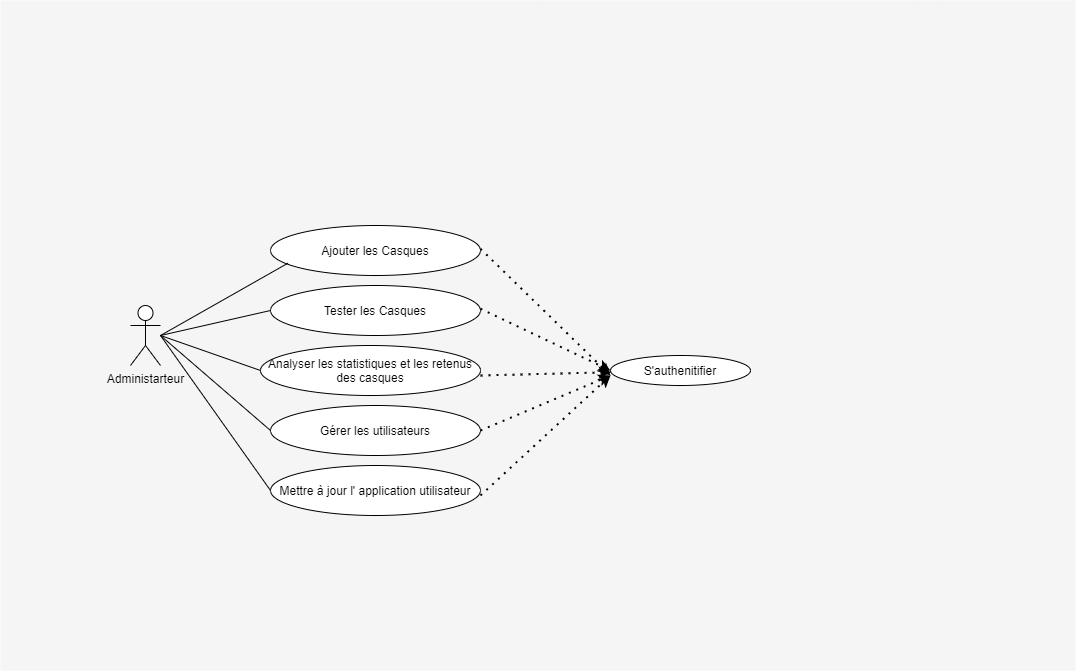
The draw.io diagram diagramme admin.png in AMR04/pfe_viz, before a commit. Source tidied: cells renumbered, new cells last; positions are measured from the earlier drawing's top-left corner, leaving out a move shared by most shapes.
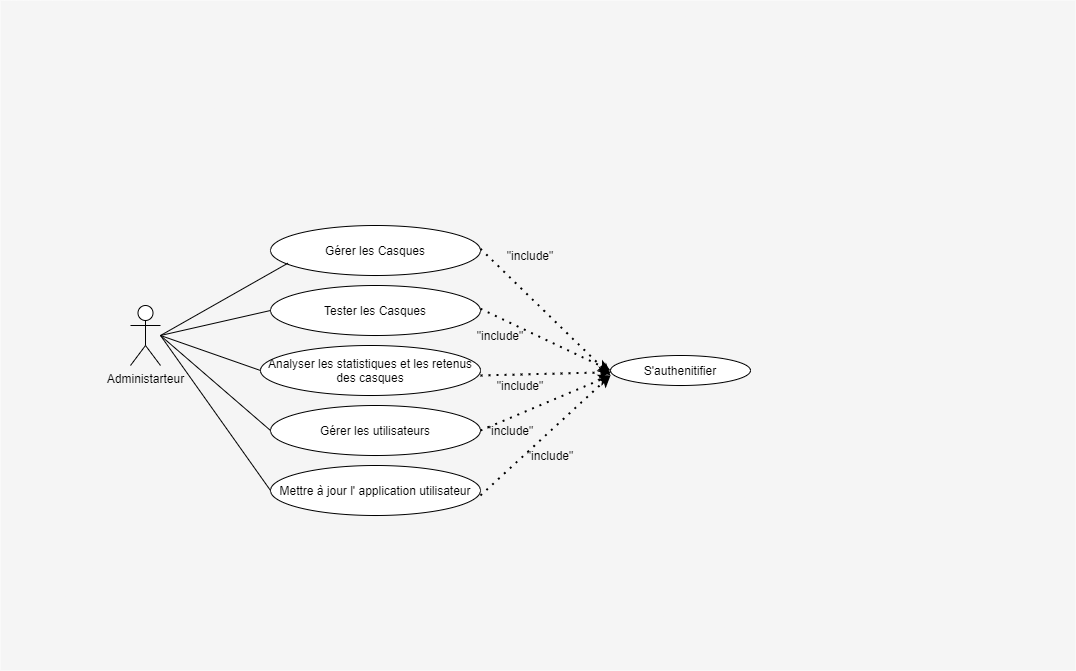
After the change.

Diff of the diagram source:
```diff
@@ -8,7 +8,7 @@
     <mxCell id="3" value="Administarteur" style="shape=umlActor;verticalLabelPosition=bottom;verticalAlign=top;html=1;" parent="1" vertex="1">
       <mxGeometry x="130" y="305" width="30" height="60" as="geometry" />
     </mxCell>
-    <mxCell id="4" value="Ajouter les Casques" style="ellipse;whiteSpace=wrap;html=1;" parent="1" vertex="1">
+    <mxCell id="4" value="Gérer les Casques" style="ellipse;whiteSpace=wrap;html=1;" parent="1" vertex="1">
       <mxGeometry x="270" y="225" width="210" height="50" as="geometry" />
     </mxCell>
     <mxCell id="5" value="Tester les Casques" style="ellipse;whiteSpace=wrap;html=1;" parent="1" vertex="1">
@@ -79,5 +79,20 @@
         <mxPoint x="270" y="490" as="targetPoint" />
       </mxGeometry>
     </mxCell>
+    <mxCell id="20" value="&quot;include&quot;&lt;span style=&quot;color: rgba(0 , 0 , 0 , 0) ; font-family: monospace ; font-size: 0px&quot;&gt;%3CmxGraphModel%3E%3Croot%3E%3CmxCell%20id%3D%220%22%2F%3E%3CmxCell%20id%3D%221%22%20parent%3D%220%22%2F%3E%3CmxCell%20id%3D%222%22%20value%3D%22Ajouter%20les%20Casques%22%20style%3D%22ellipse%3BwhiteSpace%3Dwrap%3Bhtml%3D1%3B%22%20vertex%3D%221%22%20parent%3D%221%22%3E%3CmxGeometry%20x%3D%22440%22%20y%3D%22520%22%20width%3D%22210%22%20height%3D%2250%22%20as%3D%22geometry%22%2F%3E%3C%2FmxCell%3E%3C%2Froot%3E%3C%2FmxGraphModel%3E&lt;/span&gt;" style="text;html=1;strokeColor=none;fillColor=none;align=center;verticalAlign=middle;whiteSpace=wrap;rounded=0;" parent="1" vertex="1">
+      <mxGeometry x="510" y="245" width="40" height="20" as="geometry" />
+    </mxCell>
+    <mxCell id="21" value="&quot;include&quot;&lt;span style=&quot;color: rgba(0 , 0 , 0 , 0) ; font-family: monospace ; font-size: 0px&quot;&gt;%3CmxGraphModel%3E%3Croot%3E%3CmxCell%20id%3D%220%22%2F%3E%3CmxCell%20id%3D%221%22%20parent%3D%220%22%2F%3E%3CmxCell%20id%3D%222%22%20value%3D%22Ajouter%20les%20Casques%22%20style%3D%22ellipse%3BwhiteSpace%3Dwrap%3Bhtml%3D1%3B%22%20vertex%3D%221%22%20parent%3D%221%22%3E%3CmxGeometry%20x%3D%22440%22%20y%3D%22520%22%20width%3D%22210%22%20height%3D%2250%22%20as%3D%22geometry%22%2F%3E%3C%2FmxCell%3E%3C%2Froot%3E%3C%2FmxGraphModel%3E&lt;/span&gt;" style="text;html=1;strokeColor=none;fillColor=none;align=center;verticalAlign=middle;whiteSpace=wrap;rounded=0;" parent="1" vertex="1">
+      <mxGeometry x="480" y="325" width="40" height="20" as="geometry" />
+    </mxCell>
+    <mxCell id="22" value="&quot;include&quot;&lt;span style=&quot;color: rgba(0 , 0 , 0 , 0) ; font-family: monospace ; font-size: 0px&quot;&gt;%3CmxGraphModel%3E%3Croot%3E%3CmxCell%20id%3D%220%22%2F%3E%3CmxCell%20id%3D%221%22%20parent%3D%220%22%2F%3E%3CmxCell%20id%3D%222%22%20value%3D%22Ajouter%20les%20Casques%22%20style%3D%22ellipse%3BwhiteSpace%3Dwrap%3Bhtml%3D1%3B%22%20vertex%3D%221%22%20parent%3D%221%22%3E%3CmxGeometry%20x%3D%22440%22%20y%3D%22520%22%20width%3D%22210%22%20height%3D%2250%22%20as%3D%22geometry%22%2F%3E%3C%2FmxCell%3E%3C%2Froot%3E%3C%2FmxGraphModel%3E&lt;/span&gt;" style="text;html=1;strokeColor=none;fillColor=none;align=center;verticalAlign=middle;whiteSpace=wrap;rounded=0;" parent="1" vertex="1">
+      <mxGeometry x="500" y="375" width="40" height="20" as="geometry" />
+    </mxCell>
+    <mxCell id="23" value="&quot;include&quot;&lt;span style=&quot;color: rgba(0 , 0 , 0 , 0) ; font-family: monospace ; font-size: 0px&quot;&gt;%3CmxGraphModel%3E%3Croot%3E%3CmxCell%20id%3D%220%22%2F%3E%3CmxCell%20id%3D%221%22%20parent%3D%220%22%2F%3E%3CmxCell%20id%3D%222%22%20value%3D%22Ajouter%20les%20Casques%22%20style%3D%22ellipse%3BwhiteSpace%3Dwrap%3Bhtml%3D1%3B%22%20vertex%3D%221%22%20parent%3D%221%22%3E%3CmxGeometry%20x%3D%22440%22%20y%3D%22520%22%20width%3D%22210%22%20height%3D%2250%22%20as%3D%22geometry%22%2F%3E%3C%2FmxCell%3E%3C%2Froot%3E%3C%2FmxGraphModel%3E&lt;/span&gt;" style="text;html=1;strokeColor=none;fillColor=none;align=center;verticalAlign=middle;whiteSpace=wrap;rounded=0;" parent="1" vertex="1">
+      <mxGeometry x="490" y="420" width="40" height="20" as="geometry" />
+    </mxCell>
+    <mxCell id="24" value="&quot;include&quot;&lt;span style=&quot;color: rgba(0 , 0 , 0 , 0) ; font-family: monospace ; font-size: 0px&quot;&gt;%3CmxGraphModel%3E%3Croot%3E%3CmxCell%20id%3D%220%22%2F%3E%3CmxCell%20id%3D%221%22%20parent%3D%220%22%2F%3E%3CmxCell%20id%3D%222%22%20value%3D%22Ajouter%20les%20Casques%22%20style%3D%22ellipse%3BwhiteSpace%3Dwrap%3Bhtml%3D1%3B%22%20vertex%3D%221%22%20parent%3D%221%22%3E%3CmxGeometry%20x%3D%22440%22%20y%3D%22520%22%20width%3D%22210%22%20height%3D%2250%22%20as%3D%22geometry%22%2F%3E%3C%2FmxCell%3E%3C%2Froot%3E%3C%2FmxGraphModel%3E&lt;/span&gt;" style="text;html=1;strokeColor=none;fillColor=none;align=center;verticalAlign=middle;whiteSpace=wrap;rounded=0;" parent="1" vertex="1">
+      <mxGeometry x="530" y="445" width="40" height="20" as="geometry" />
+    </mxCell>
   </root>
 </mxGraphModel>
```
